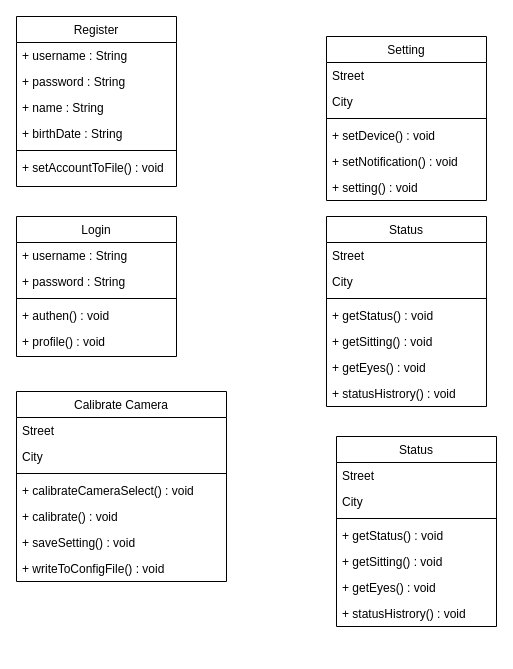
The draw.io diagram Design/Class_Diagram.drawio in astrrr/Right-posture, before the edit. Source tidied: cells renumbered, new cells numbered last; positions are measured from the earlier drawing's top-left corner, leaving out a move shared by most shapes. Both pictures are drawn from the tidied source at 100%, with x=0, y=0 at pixel (16, 16).
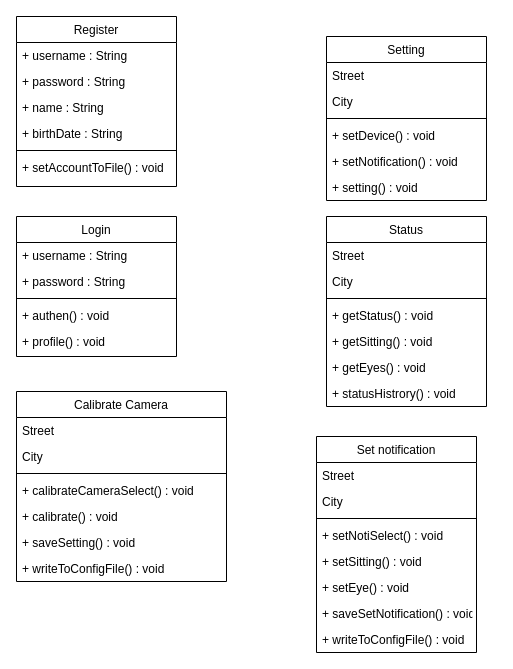
The same page after the edit.

Change to the diagram source:
```diff
@@
-    <mxCell id="38" value="Status" style="swimlane;fontStyle=0;align=center;verticalAlign=top;horizontal=1;startSize=26;rounded=0;shadow=0;strokeWidth=1;" parent="1" vertex="1">
-      <mxGeometry x="320" y="420" width="160" height="190" as="geometry" />
+    <mxCell id="38" value="Set notification" style="swimlane;fontStyle=0;align=center;verticalAlign=top;horizontal=1;startSize=26;rounded=0;shadow=0;strokeWidth=1;" parent="1" vertex="1">
+      <mxGeometry x="300" y="420" width="160" height="216" as="geometry" />
     </mxCell>
@@
-    <mxCell id="42" value="+ getStatus() : void" style="text;align=left;verticalAlign=top;spacingLeft=4;spacingRight=4;overflow=hidden;" parent="38" vertex="1">
+    <mxCell id="42" value="+ setNotiSelect() : void" style="text;align=left;verticalAlign=top;spacingLeft=4;spacingRight=4;overflow=hidden;" parent="38" vertex="1">
       <mxGeometry y="86" width="160" height="26" as="geometry" />
     </mxCell>
-    <mxCell id="43" value="+ getSitting() : void" style="text;align=left;verticalAlign=top;spacingLeft=4;spacingRight=4;overflow=hidden;" parent="38" vertex="1">
+    <mxCell id="43" value="+ setSitting() : void" style="text;align=left;verticalAlign=top;spacingLeft=4;spacingRight=4;overflow=hidden;" parent="38" vertex="1">
       <mxGeometry y="112" width="160" height="26" as="geometry" />
     </mxCell>
-    <mxCell id="44" value="+ getEyes() : void" style="text;align=left;verticalAlign=top;spacingLeft=4;spacingRight=4;overflow=hidden;" parent="38" vertex="1">
+    <mxCell id="44" value="+ setEye() : void" style="text;align=left;verticalAlign=top;spacingLeft=4;spacingRight=4;overflow=hidden;" parent="38" vertex="1">
       <mxGeometry y="138" width="160" height="26" as="geometry" />
     </mxCell>
-    <mxCell id="45" value="+ statusHistrory() : void" style="text;align=left;verticalAlign=top;spacingLeft=4;spacingRight=4;overflow=hidden;" parent="38" vertex="1">
+    <mxCell id="45" value="+ saveSetNotification() : void" style="text;align=left;verticalAlign=top;spacingLeft=4;spacingRight=4;overflow=hidden;" parent="38" vertex="1">
       <mxGeometry y="164" width="160" height="26" as="geometry" />
     </mxCell>
+    <mxCell id="46" value="+ writeToConfigFile() : void" style="text;align=left;verticalAlign=top;spacingLeft=4;spacingRight=4;overflow=hidden;" parent="38" vertex="1">
+      <mxGeometry y="190" width="160" height="26" as="geometry" />
+    </mxCell>
```
